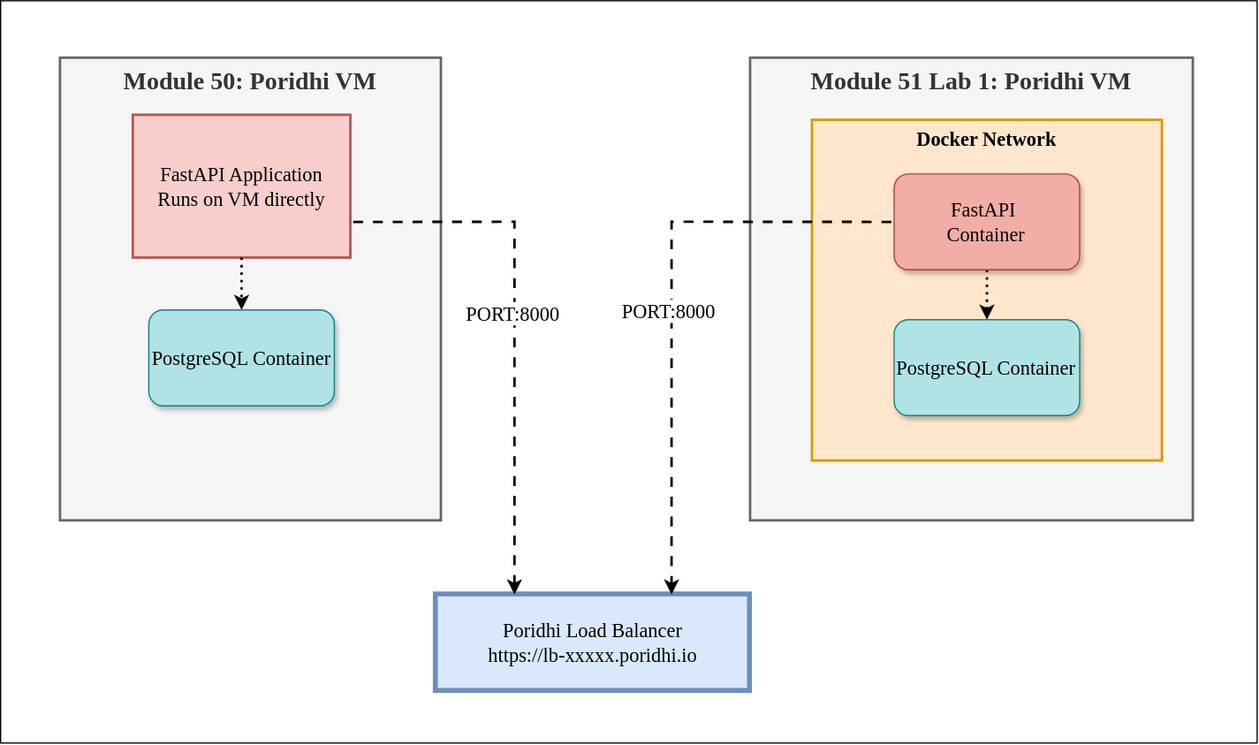
The draw.io diagram module-51/Lab-1/images/archi-diagrams/mod-51_lab-1-archi.drawio.svg in poridhioss/Building-Systems-With-FastAPI, before a commit. Source tidied: cells renumbered, new cells last; positions are measured from the earlier drawing's top-left corner, leaving out a move shared by most shapes.
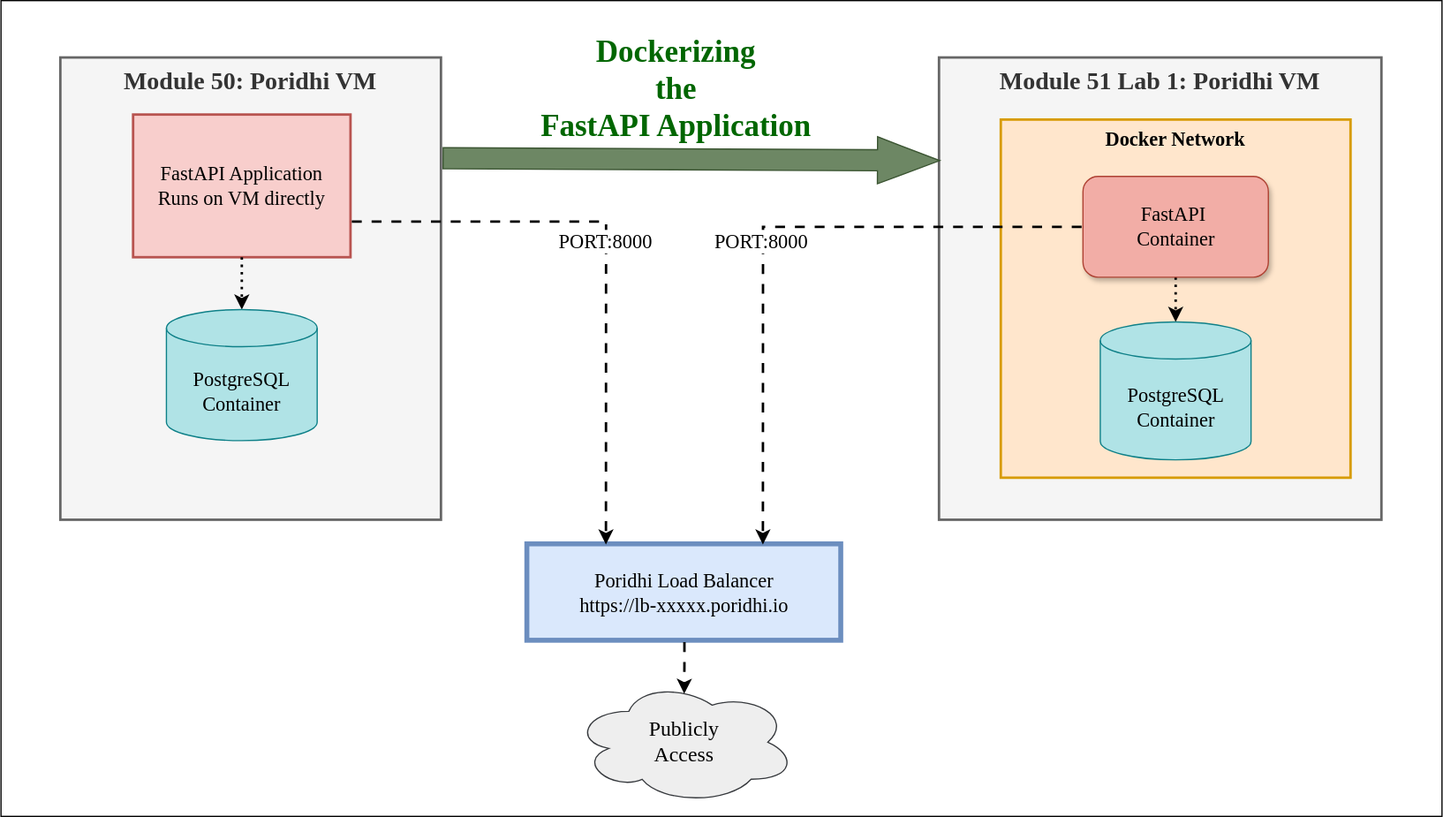
The same file after the commit.

Commit message:
fix archi diagram iteration

The edit, as a diff of the source:
```diff
@@ -3,25 +3,25 @@
     <mxCell id="0" />
     <mxCell id="1" parent="0" />
     <mxCell id="2" style="rounded=0;whiteSpace=wrap;html=1;" parent="1" vertex="1">
-      <mxGeometry width="1016" height="600" as="geometry" />
+      <mxGeometry width="1166" height="660" as="geometry" />
     </mxCell>
     <mxCell id="3" value="Module 51 Lab 1: Poridhi VM" style="whiteSpace=wrap;strokeWidth=2;verticalAlign=top;fontFamily=Verdana;fontSize=20;fontStyle=1;fillColor=#f5f5f5;strokeColor=#666666;fontColor=#333333;" parent="1" vertex="1">
-      <mxGeometry x="606" y="46" width="358" height="374" as="geometry" />
+      <mxGeometry x="759" y="46" width="358" height="374" as="geometry" />
     </mxCell>
     <mxCell id="4" value="Docker Network" style="whiteSpace=wrap;strokeWidth=2;verticalAlign=top;fontFamily=Verdana;fontSize=16;fontStyle=1;fillColor=#ffe6cc;strokeColor=#d79b00;" parent="3" vertex="1">
-      <mxGeometry x="50" y="50.2" width="283" height="275.4" as="geometry" />
+      <mxGeometry x="50" y="50.2" width="283" height="289.8" as="geometry" />
     </mxCell>
-    <mxCell id="5" value="PostgreSQL Container" style="rounded=1;whiteSpace=wrap;html=1;fontFamily=Verdana;fontSize=16;fillColor=#b0e3e6;strokeColor=#0e8088;shadow=1;" parent="4" vertex="1">
-      <mxGeometry x="66.5" y="161.6" width="150" height="77.4" as="geometry" />
-    </mxCell>
-    <mxCell id="6" style="edgeStyle=orthogonalEdgeStyle;rounded=0;jettySize=auto;html=1;exitX=0.5;exitY=1;exitDx=0;exitDy=0;entryX=0.5;entryY=0;entryDx=0;entryDy=0;fontFamily=Verdana;fontSize=16;dashed=1;dashPattern=1 2;strokeWidth=2;" parent="4" edge="1" source="7" target="5">
+    <mxCell id="6" style="edgeStyle=orthogonalEdgeStyle;rounded=0;jettySize=auto;html=1;exitX=0.5;exitY=1;exitDx=0;exitDy=0;entryX=0.5;entryY=0;entryDx=0;entryDy=0;fontFamily=Verdana;fontSize=16;dashed=1;dashPattern=1 2;strokeWidth=2;entryPerimeter=0;" parent="4" edge="1" source="7" target="17">
       <mxGeometry relative="1" as="geometry" />
     </mxCell>
     <mxCell id="7" value="FastAPI&amp;nbsp;&lt;div&gt;Container&lt;/div&gt;" style="rounded=1;whiteSpace=wrap;html=1;fontFamily=Verdana;fontSize=16;fillColor=#F2ADA6;strokeColor=#ae4132;shadow=1;" parent="4" vertex="1">
-      <mxGeometry x="66.5" y="43.8" width="150" height="77.4" as="geometry" />
+      <mxGeometry x="66.5" y="46" width="150" height="81.5" as="geometry" />
     </mxCell>
+    <mxCell id="17" value="&lt;span style=&quot;&quot;&gt;PostgreSQL Container&lt;/span&gt;" style="shape=cylinder3;whiteSpace=wrap;html=1;boundedLbl=1;backgroundOutline=1;size=15;fillColor=#b0e3e6;strokeColor=#0e8088;fontSize=16;fontFamily=Verdana;" parent="4" vertex="1">
+      <mxGeometry x="80.5" y="163.8" width="122" height="111.5" as="geometry" />
+    </mxCell>
     <mxCell id="8" value="Poridhi Load Balancer&#10;https://lb-xxxxx.poridhi.io" style="whiteSpace=wrap;strokeWidth=4;fontFamily=Verdana;fontSize=16;fillColor=#dae8fc;strokeColor=#6c8ebf;" parent="1" vertex="1">
-      <mxGeometry x="352" y="480" width="254" height="78" as="geometry" />
+      <mxGeometry x="426" y="440" width="254" height="78" as="geometry" />
     </mxCell>
     <mxCell id="9" value="Module 50: Poridhi VM" style="whiteSpace=wrap;strokeWidth=2;verticalAlign=top;fontFamily=Verdana;fontSize=20;fontStyle=1;fillColor=#f5f5f5;fontColor=#333333;strokeColor=#666666;" parent="1" vertex="1">
       <mxGeometry x="48" y="46" width="308" height="374" as="geometry" />
@@ -29,12 +29,14 @@
     <mxCell id="10" value="FastAPI Application&lt;br style=&quot;padding: 0px; margin: 0px;&quot;&gt;Runs on VM directly" style="rounded=0;whiteSpace=wrap;html=1;fontFamily=Verdana;fontSize=16;fillColor=#f8cecc;strokeColor=#b85450;strokeWidth=2;" parent="9" vertex="1">
       <mxGeometry x="58.9" y="46.2" width="175.9" height="115.4" as="geometry" />
     </mxCell>
-    <mxCell id="11" value="PostgreSQL Container" style="rounded=1;whiteSpace=wrap;html=1;fontFamily=Verdana;fontSize=16;fillColor=#b0e3e6;strokeColor=#0e8088;shadow=1;" parent="9" vertex="1">
-      <mxGeometry x="71.8" y="204" width="150" height="77.4" as="geometry" />
-    </mxCell>
-    <mxCell id="12" style="edgeStyle=orthogonalEdgeStyle;rounded=0;jettySize=auto;html=1;exitX=0.5;exitY=1;exitDx=0;exitDy=0;entryX=0.5;entryY=0;entryDx=0;entryDy=0;fontFamily=Verdana;fontSize=16;dashed=1;dashPattern=1 2;strokeWidth=2;" parent="9" edge="1" source="10" target="11">
-      <mxGeometry relative="1" as="geometry" />
+    <mxCell id="12" style="edgeStyle=orthogonalEdgeStyle;rounded=0;jettySize=auto;html=1;exitX=0.5;exitY=1;exitDx=0;exitDy=0;entryX=0.5;entryY=0;entryDx=0;entryDy=0;fontFamily=Verdana;fontSize=16;dashed=1;dashPattern=1 2;strokeWidth=2;" parent="9" edge="1" source="10">
+      <mxGeometry relative="1" as="geometry">
+        <mxPoint x="146.8" y="204" as="targetPoint" />
+      </mxGeometry>
     </mxCell>
+    <mxCell id="18" value="&lt;span style=&quot;&quot;&gt;PostgreSQL Container&lt;/span&gt;" style="shape=cylinder3;whiteSpace=wrap;html=1;boundedLbl=1;backgroundOutline=1;size=15;fillColor=#b0e3e6;strokeColor=#0e8088;fontSize=16;fontFamily=Verdana;" parent="9" vertex="1">
+      <mxGeometry x="85.8" y="204" width="122" height="106" as="geometry" />
+    </mxCell>
     <mxCell id="13" style="edgeStyle=orthogonalEdgeStyle;rounded=0;jettySize=auto;html=1;exitX=1;exitY=0.75;exitDx=0;exitDy=0;entryX=0.25;entryY=0;entryDx=0;entryDy=0;flowAnimation=1;strokeWidth=2;" parent="1" edge="1" source="10" target="8">
       <mxGeometry relative="1" as="geometry" />
     </mxCell>
@@ -47,5 +49,19 @@
     <mxCell id="16" value="PORT:8000" style="edgeLabel;html=1;align=center;verticalAlign=middle;fontSize=16;fontFamily=Verdana;" parent="15" vertex="1">
       <mxGeometry x="0.05" y="-3" relative="1" as="geometry" />
     </mxCell>
+    <mxCell id="19" style="shape=flexArrow;endArrow=classic;html=1;rounded=0;width=17;endSize=16.45;entryX=0.003;entryY=0.223;entryDx=0;entryDy=0;entryPerimeter=0;exitX=1.004;exitY=0.218;exitDx=0;exitDy=0;exitPerimeter=0;fillColor=#6d8764;strokeColor=#3A5431;" parent="1" edge="1" source="9" target="3">
+      <mxGeometry relative="1" as="geometry" />
+    </mxCell>
+    <mxCell id="20" value="Dockerizing &lt;br&gt;the &lt;br&gt;FastAPI Application" style="edgeLabel;html=1;align=center;verticalAlign=middle;fontSize=25;fontStyle=1;fontColor=#006600;fontFamily=Verdana;" parent="19" vertex="1">
+      <mxGeometry x="-0.13" y="-1" relative="1" as="geometry">
+        <mxPoint x="14" y="-59" as="offset" />
+      </mxGeometry>
+    </mxCell>
+    <mxCell id="21" value="Publicly &lt;br&gt;Access" style="ellipse;shape=cloud;whiteSpace=wrap;html=1;fontSize=17;fontFamily=Verdana;fillColor=#eeeeee;strokeColor=#36393d;" parent="1" vertex="1">
+      <mxGeometry x="463" y="550" width="180" height="100" as="geometry" />
+    </mxCell>
+    <mxCell id="22" style="edgeStyle=orthogonalEdgeStyle;rounded=0;jettySize=auto;html=1;exitX=0.5;exitY=1;exitDx=0;exitDy=0;entryX=0.499;entryY=0.109;entryDx=0;entryDy=0;entryPerimeter=0;strokeWidth=2;flowAnimation=1;" parent="1" edge="1" source="8" target="21">
+      <mxGeometry relative="1" as="geometry" />
+    </mxCell>
   </root>
 </mxGraphModel>
```
